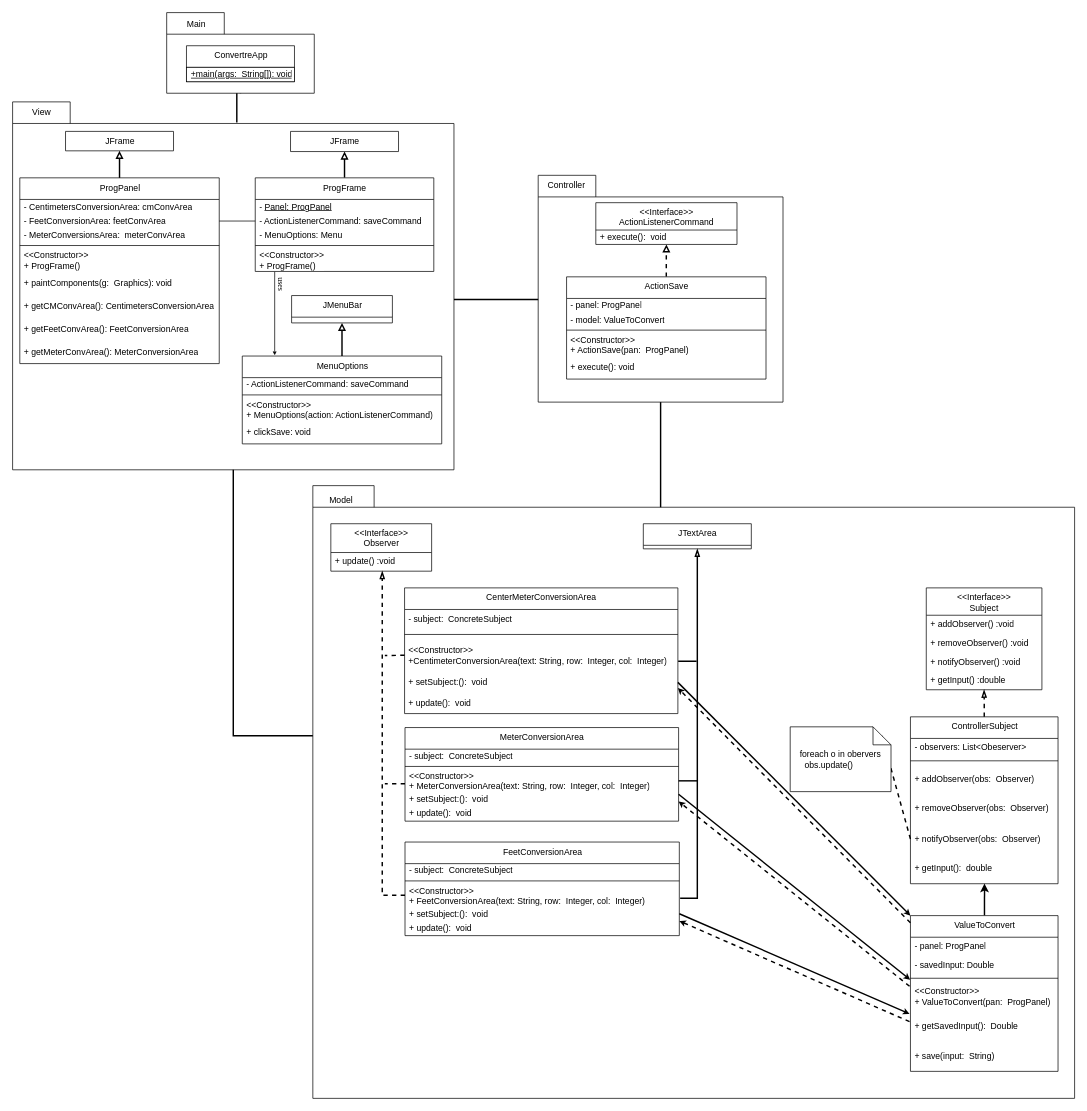
The draw.io diagram ConverterProject.drawio in orionnelson/lab6, before the edit. Source tidied: cells renumbered, new cells numbered last; positions are measured from the earlier drawing's top-left corner, leaving out a move shared by most shapes. Both pictures are drawn from the tidied source at 72%, with x=0, y=0 at pixel (12, 12).
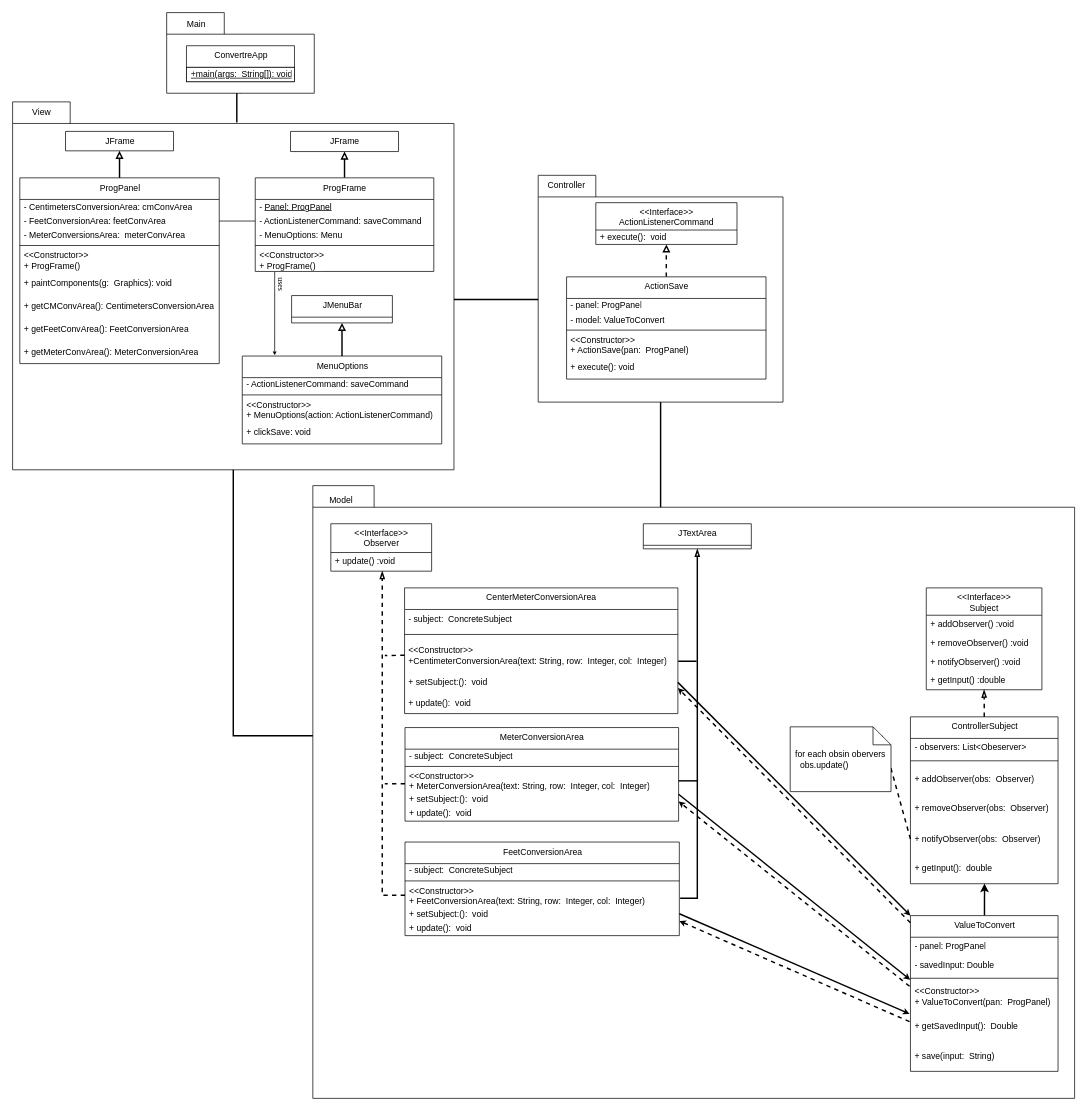
The same page after the edit.

The edit, as a diff of the source:
```diff
@@
-    <mxCell id="107" value="&lt;div&gt;foreach o in obervers&lt;/div&gt;&lt;div align=&quot;left&quot;&gt;&amp;nbsp; obs.update()&lt;br&gt;&lt;/div&gt;" style="shape=note2;boundedLbl=1;whiteSpace=wrap;html=1;size=25;verticalAlign=top;align=center;fontSize=12;" parent="1" vertex="1">
+    <mxCell id="107" value="&lt;div&gt;for each obsin obervers&lt;/div&gt;&lt;div align=&quot;left&quot;&gt;&amp;nbsp; obs.update()&lt;br&gt;&lt;/div&gt;" style="shape=note2;boundedLbl=1;whiteSpace=wrap;html=1;size=25;verticalAlign=top;align=center;fontSize=12;" parent="1" vertex="1">
       <mxGeometry x="1080" y="992" width="140" height="90" as="geometry" />
     </mxCell>
```
